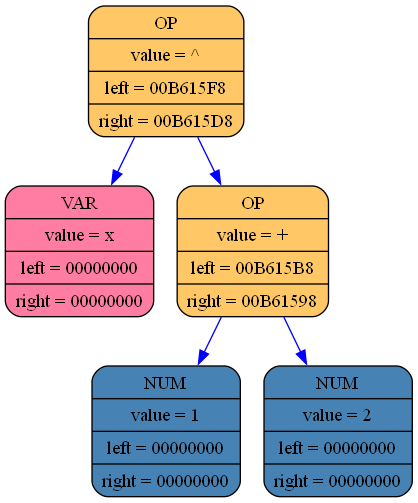
Earlier version of the Graphviz export log_folder_differenciator/differenciator_graph.png (aywert/DIFFERENCIATOR). Its source is kept beside it as log_folder_differenciator/differenciator_graph.dot.
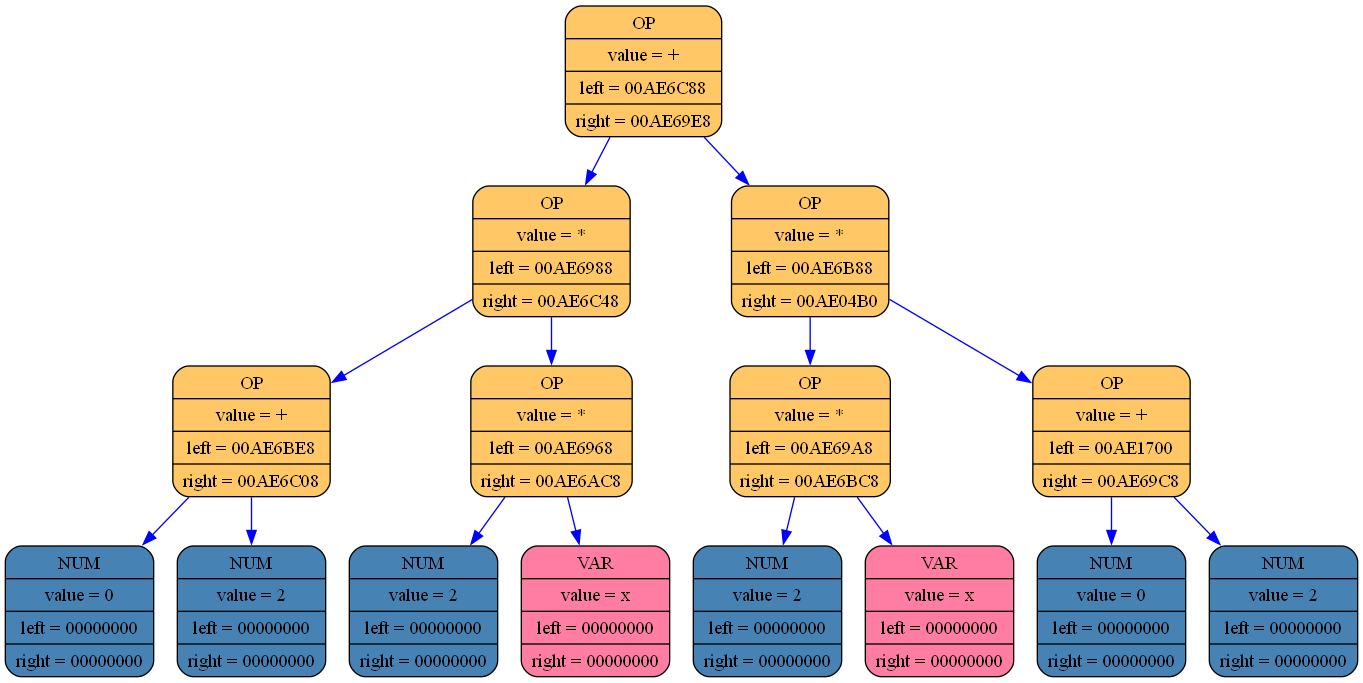
Above is the later version.

What changed in the source:
```diff
@@ -1,13 +1,33 @@
 digraph list
 {
 rankdir=HR;
-	11933216 [shape = Mrecord; style = filled; fillcolor="#ffc765"; color = "#000000"; fontcolor = "#000000"; label = "{ OP | value = ^ | left = 00B615F8| right = 00B615D8}"];
-	11933216 -> 11933184 [color="blue"]
-	11933184 [shape = Mrecord; style = filled; fillcolor="#ff7da3"; color = "#000000"; fontcolor = "#000000"; label = "{ VAR | value = x | left = 00000000| right = 00000000}"];
-	11933216 -> 11933152 [color="blue"]
-	11933152 [shape = Mrecord; style = filled; fillcolor="#ffc765"; color = "#000000"; fontcolor = "#000000"; label = "{ OP | value = + | left = 00B615B8| right = 00B61598}"];
-	11933152 -> 11933120 [color="blue"]
-	11933120 [shape = Mrecord; style = filled; fillcolor="#4682b4"; color = "#000000"; fontcolor = "#000000"; label = "{ NUM | value = 1 | left = 00000000| right = 00000000}"];
-	11933152 -> 11933088 [color="blue"]
-	11933088 [shape = Mrecord; style = filled; fillcolor="#4682b4"; color = "#000000"; fontcolor = "#000000"; label = "{ NUM | value = 2 | left = 00000000| right = 00000000}"];
+	11431152 [shape = Mrecord; style = filled; fillcolor="#ffc765"; color = "#000000"; fontcolor = "#000000"; label = "{ OP | value = + | left = 00AE6C88| right = 00AE69E8}"];
+	11431152 -> 11431056 [color="blue"]
+	11431056 [shape = Mrecord; style = filled; fillcolor="#ffc765"; color = "#000000"; fontcolor = "#000000"; label = "{ OP | value = * | left = 00AE6988| right = 00AE6C48}"];
+	11431056 -> 11430288 [color="blue"]
+	11430288 [shape = Mrecord; style = filled; fillcolor="#ffc765"; color = "#000000"; fontcolor = "#000000"; label = "{ OP | value = + | left = 00AE6BE8| right = 00AE6C08}"];
+	11430288 -> 11430896 [color="blue"]
+	11430896 [shape = Mrecord; style = filled; fillcolor="#4682b4"; color = "#000000"; fontcolor = "#000000"; label = "{ NUM | value = 0 | left = 00000000| right = 00000000}"];
+	11430288 -> 11430928 [color="blue"]
+	11430928 [shape = Mrecord; style = filled; fillcolor="#4682b4"; color = "#000000"; fontcolor = "#000000"; label = "{ NUM | value = 2 | left = 00000000| right = 00000000}"];
+	11431056 -> 11430992 [color="blue"]
+	11430992 [shape = Mrecord; style = filled; fillcolor="#ffc765"; color = "#000000"; fontcolor = "#000000"; label = "{ OP | value = * | left = 00AE6968| right = 00AE6AC8}"];
+	11430992 -> 11430256 [color="blue"]
+	11430256 [shape = Mrecord; style = filled; fillcolor="#4682b4"; color = "#000000"; fontcolor = "#000000"; label = "{ NUM | value = 2 | left = 00000000| right = 00000000}"];
+	11430992 -> 11430608 [color="blue"]
+	11430608 [shape = Mrecord; style = filled; fillcolor="#ff7da3"; color = "#000000"; fontcolor = "#000000"; label = "{ VAR | value = x | left = 00000000| right = 00000000}"];
+	11431152 -> 11430384 [color="blue"]
+	11430384 [shape = Mrecord; style = filled; fillcolor="#ffc765"; color = "#000000"; fontcolor = "#000000"; label = "{ OP | value = * | left = 00AE6B88| right = 00AE04B0}"];
+	11430384 -> 11430800 [color="blue"]
+	11430800 [shape = Mrecord; style = filled; fillcolor="#ffc765"; color = "#000000"; fontcolor = "#000000"; label = "{ OP | value = * | left = 00AE69A8| right = 00AE6BC8}"];
+	11430800 -> 11430320 [color="blue"]
+	11430320 [shape = Mrecord; style = filled; fillcolor="#4682b4"; color = "#000000"; fontcolor = "#000000"; label = "{ NUM | value = 2 | left = 00000000| right = 00000000}"];
+	11430800 -> 11430864 [color="blue"]
+	11430864 [shape = Mrecord; style = filled; fillcolor="#ff7da3"; color = "#000000"; fontcolor = "#000000"; label = "{ VAR | value = x | left = 00000000| right = 00000000}"];
+	11430384 -> 11404472 [color="blue"]
+	11404472 [shape = Mrecord; style = filled; fillcolor="#ffc765"; color = "#000000"; fontcolor = "#000000"; label = "{ OP | value = + | left = 00AE1700| right = 00AE69C8}"];
+	11404472 -> 11409160 [color="blue"]
+	11409160 [shape = Mrecord; style = filled; fillcolor="#4682b4"; color = "#000000"; fontcolor = "#000000"; label = "{ NUM | value = 0 | left = 00000000| right = 00000000}"];
+	11404472 -> 11430352 [color="blue"]
+	11430352 [shape = Mrecord; style = filled; fillcolor="#4682b4"; color = "#000000"; fontcolor = "#000000"; label = "{ NUM | value = 2 | left = 00000000| right = 00000000}"];
 	}
```
